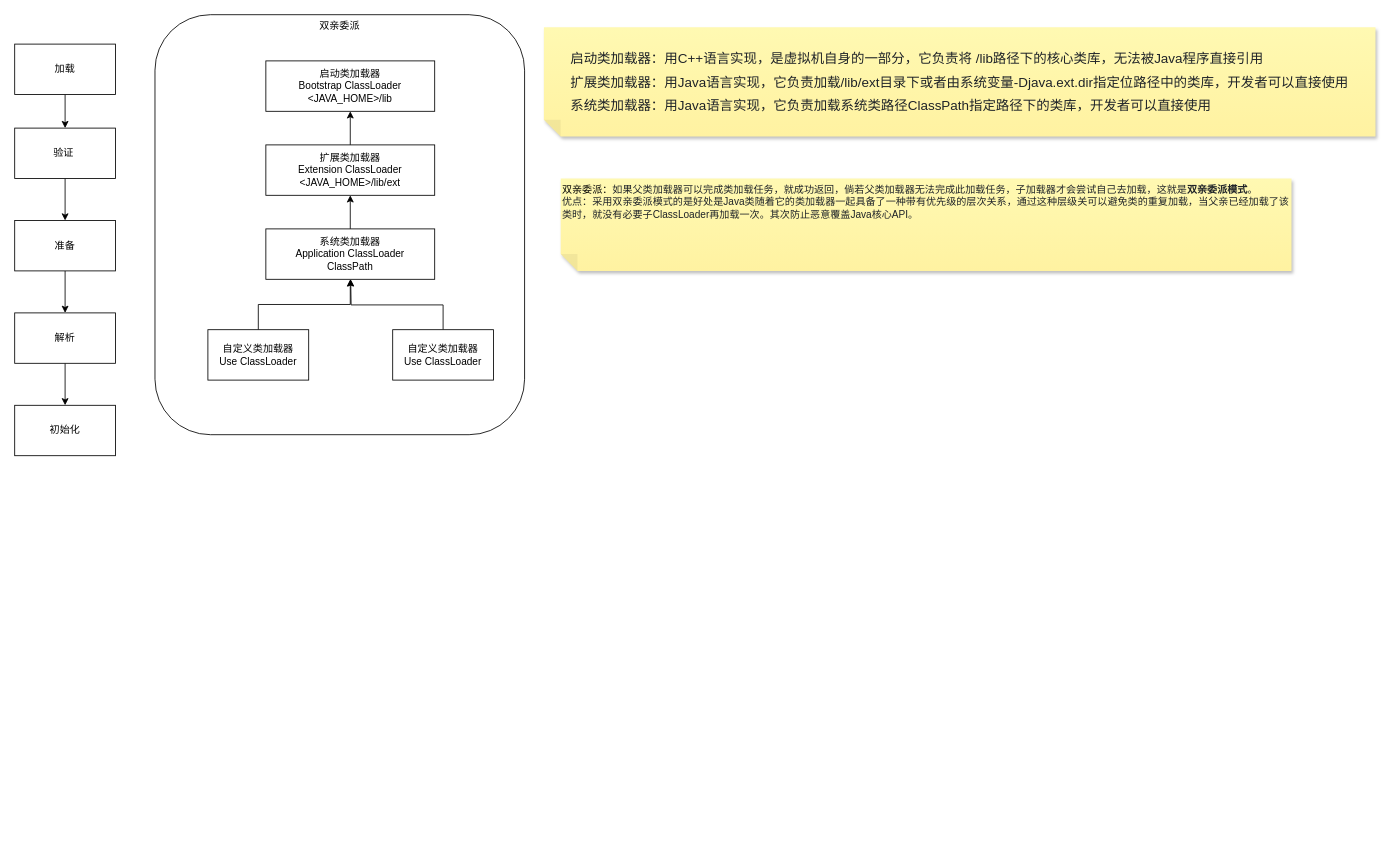
Above: 未命名绘图.drawio in ggs2015/file (draw.io), before the change. Source tidied: cells renumbered, new cells numbered last; positions are measured from the earlier drawing's top-left corner, leaving out a move shared by most shapes. Both pictures are drawn from the tidied source at 84%, with x=0, y=0 at pixel (14, 14).
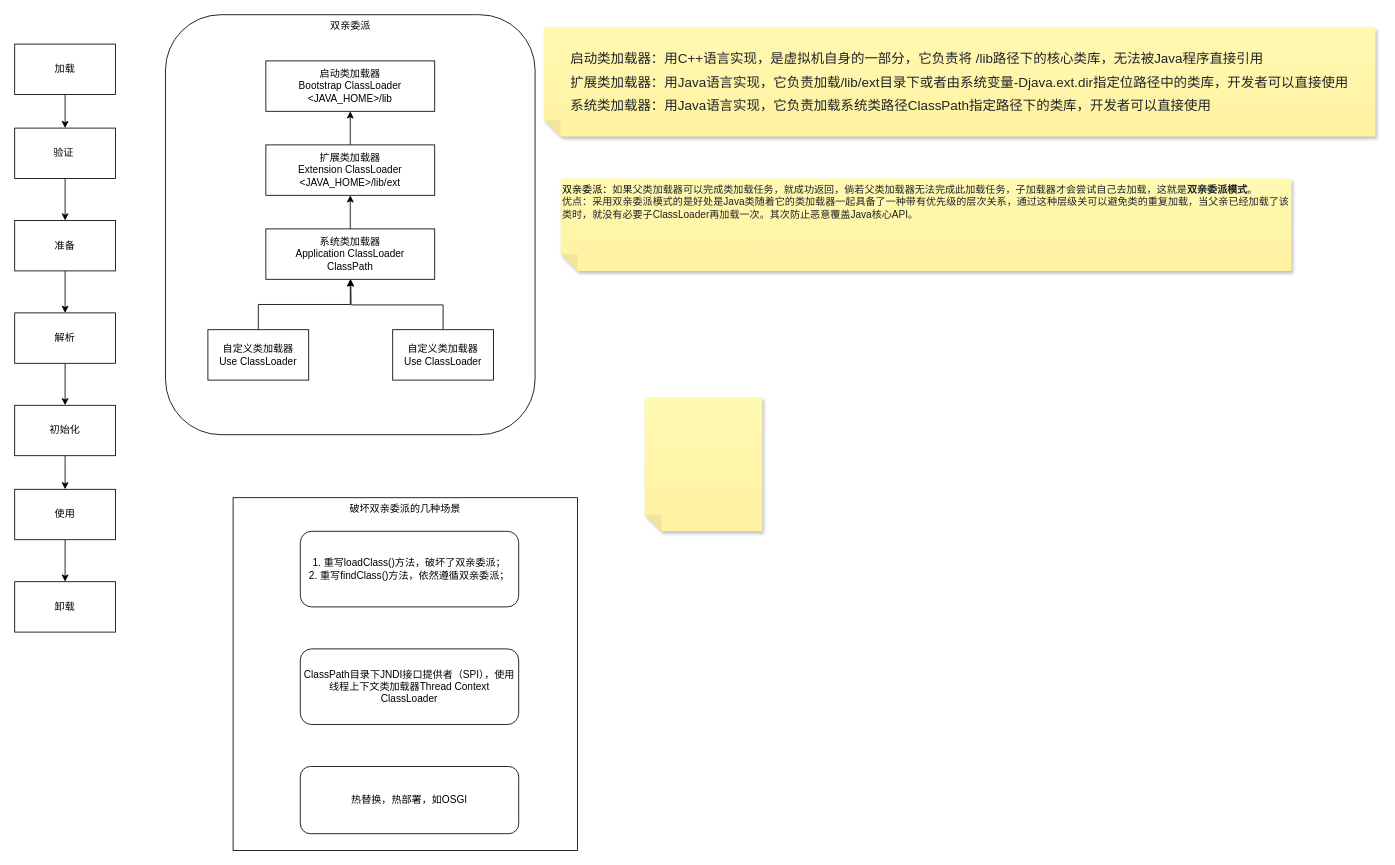
After the change.

Unchanged cells that the change refers to:
```xml
<mxCell id="11" value="初始化" style="rounded=0;whiteSpace=wrap;html=1;" parent="1" vertex="1">
  <mxGeometry y="465" width="120" height="60" as="geometry" />
</mxCell>
```

Diff of the diagram source:
```diff
@@
+    <mxCell id="23" value="破坏双亲委派的几种场景" style="rounded=0;whiteSpace=wrap;html=1;verticalAlign=top;" parent="1" vertex="1">
+      <mxGeometry x="260" y="575" width="410" height="420" as="geometry" />
+    </mxCell>
     <mxCell id="2" value="双亲委派" style="rounded=1;whiteSpace=wrap;html=1;verticalAlign=top;" parent="1" vertex="1">
-      <mxGeometry x="167" width="440" height="500" as="geometry" />
+      <mxGeometry x="179.5" width="440" height="500" as="geometry" />
     </mxCell>
@@
+    <mxCell id="24" style="edgeStyle=orthogonalEdgeStyle;rounded=0;jettySize=auto;html=1;" parent="1" edge="1" source="11" target="30">
+      <mxGeometry relative="1" as="geometry" />
+    </mxCell>
@@
+    <mxCell id="25" value="1. 重写loadClass()方法，破坏了双亲委派；&lt;div&gt;2. 重写findClass()方法，依然遵循双亲委派；&lt;/div&gt;" style="rounded=1;whiteSpace=wrap;html=1;" parent="1" vertex="1">
+      <mxGeometry x="340" y="615" width="260" height="90" as="geometry" />
+    </mxCell>
+    <mxCell id="26" value="ClassPath目录下JNDI接口提供者（SPI），使用线程上下文类加载器Thread Context ClassLoader" style="rounded=1;whiteSpace=wrap;html=1;" parent="1" vertex="1">
+      <mxGeometry x="340" y="755" width="260" height="90" as="geometry" />
+    </mxCell>
+    <mxCell id="27" value="热替换，热部署，如OSGI" style="rounded=1;whiteSpace=wrap;html=1;" parent="1" vertex="1">
+      <mxGeometry x="340" y="895" width="260" height="80" as="geometry" />
+    </mxCell>
+    <mxCell id="28" style="shape=note;whiteSpace=wrap;html=1;backgroundOutline=1;fontColor=#000000;darkOpacity=0.05;fillColor=#FFF9B2;strokeColor=none;fillStyle=solid;direction=west;gradientDirection=north;gradientColor=#FFF2A1;shadow=1;size=20;" parent="1" vertex="1">
+      <mxGeometry x="750" y="455" width="140" height="160" as="geometry" />
+    </mxCell>
+    <mxCell id="29" style="edgeStyle=orthogonalEdgeStyle;rounded=0;jettySize=auto;html=1;" parent="1" edge="1" source="30" target="31">
+      <mxGeometry relative="1" as="geometry" />
+    </mxCell>
+    <mxCell id="30" value="使用" style="whiteSpace=wrap;html=1;rounded=0;" parent="1" vertex="1">
+      <mxGeometry y="565" width="120" height="60" as="geometry" />
+    </mxCell>
+    <mxCell id="31" value="卸载" style="whiteSpace=wrap;html=1;rounded=0;" parent="1" vertex="1">
+      <mxGeometry y="675" width="120" height="60" as="geometry" />
+    </mxCell>
```
